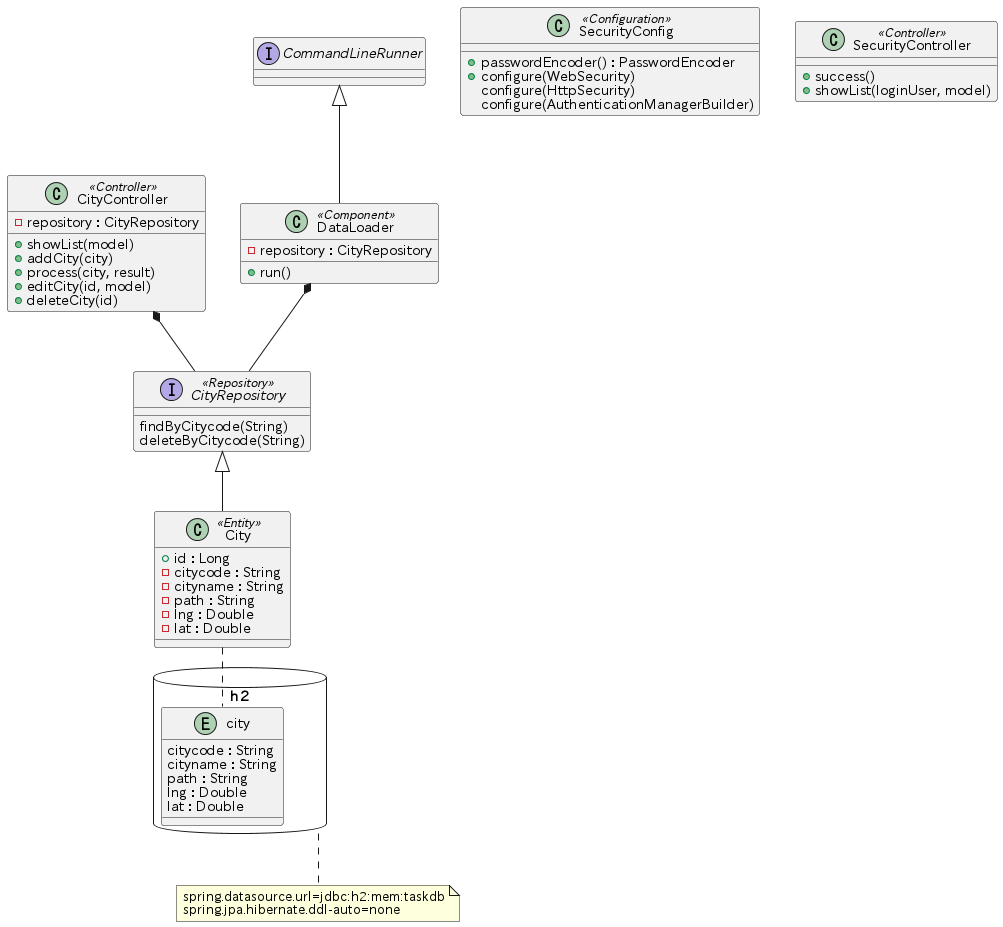
Above: class.png in yuuhayashi/task-bldg (PlantUML), before the change.
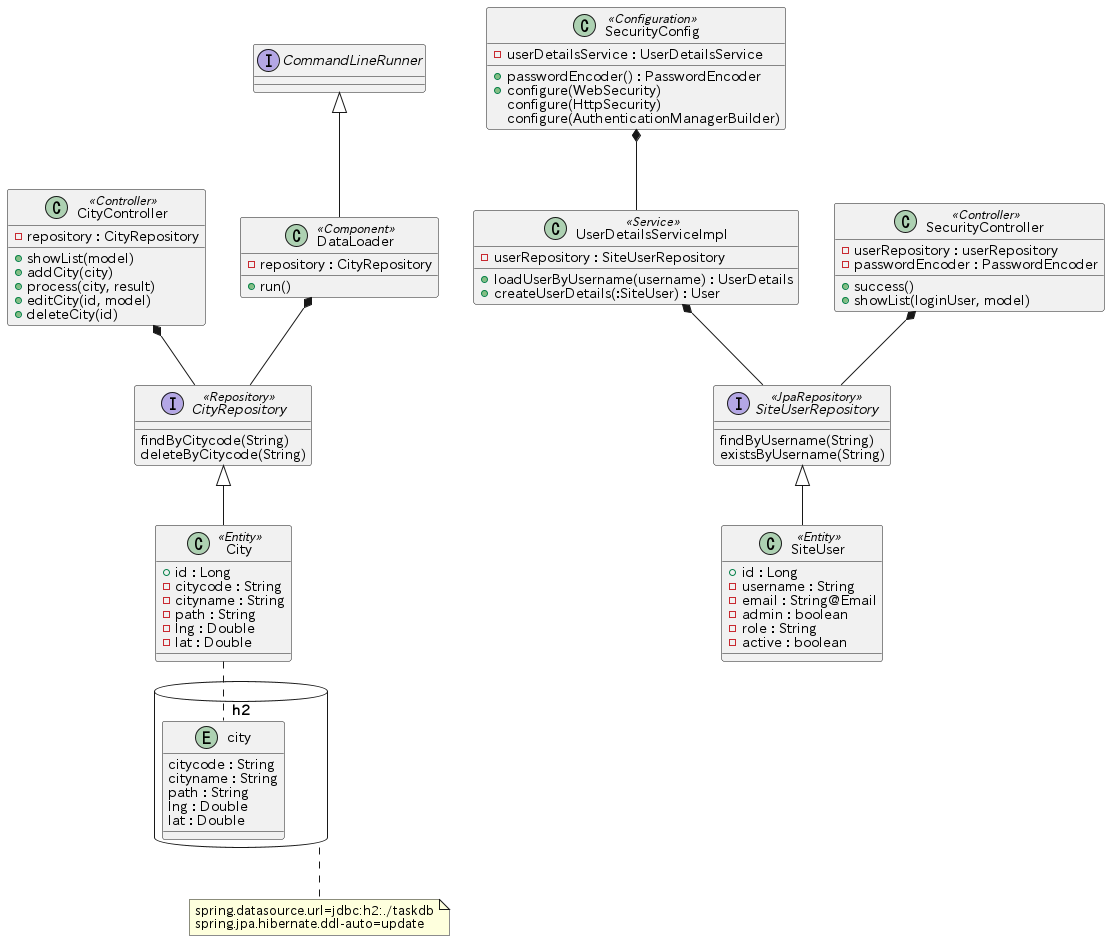
The same file after the commit.

Change to the diagram source:
```diff
@@ -9,19 +9,46 @@
 		lat : Double
 	}
 }
-note bottom of db : spring.datasource.url=jdbc:h2:mem:taskdb\nspring.jpa.hibernate.ddl-auto=none
+note bottom of db : spring.datasource.url=jdbc:h2:./taskdb\nspring.jpa.hibernate.ddl-auto=update
 
 class SecurityConfig <<Configuration>> {
+	- userDetailsService : UserDetailsService
 	+ passwordEncoder() : PasswordEncoder
 	+ configure(WebSecurity)
 	configure(HttpSecurity)
 	configure(AuthenticationManagerBuilder)
 }
 
+class UserDetailsServiceImpl <<Service>> {
+  - userRepository : SiteUserRepository
+  + loadUserByUsername(username) : UserDetails
+  + createUserDetails(:SiteUser) : User
+}
+
 class SecurityController <<Controller>> {
+  - userRepository : userRepository
+  - passwordEncoder : PasswordEncoder
   + success()
   + showList(loginUser, model)
 }
+
+class SiteUser <<Entity>> {
+  + id : Long
+  - username : String
+  - email : String@Email
+  - admin : boolean
+  - role : String
+  - active : boolean
+}
+
+interface SiteUserRepository <<JpaRepository>> {
+	findByUsername(String)
+	existsByUsername(String)
+}
+SecurityConfig *-- UserDetailsServiceImpl
+UserDetailsServiceImpl *-- SiteUserRepository
+SecurityController *-- SiteUserRepository
+SiteUserRepository <|-- SiteUser
 
 class City <<Entity>> {
   + id : Long
```
